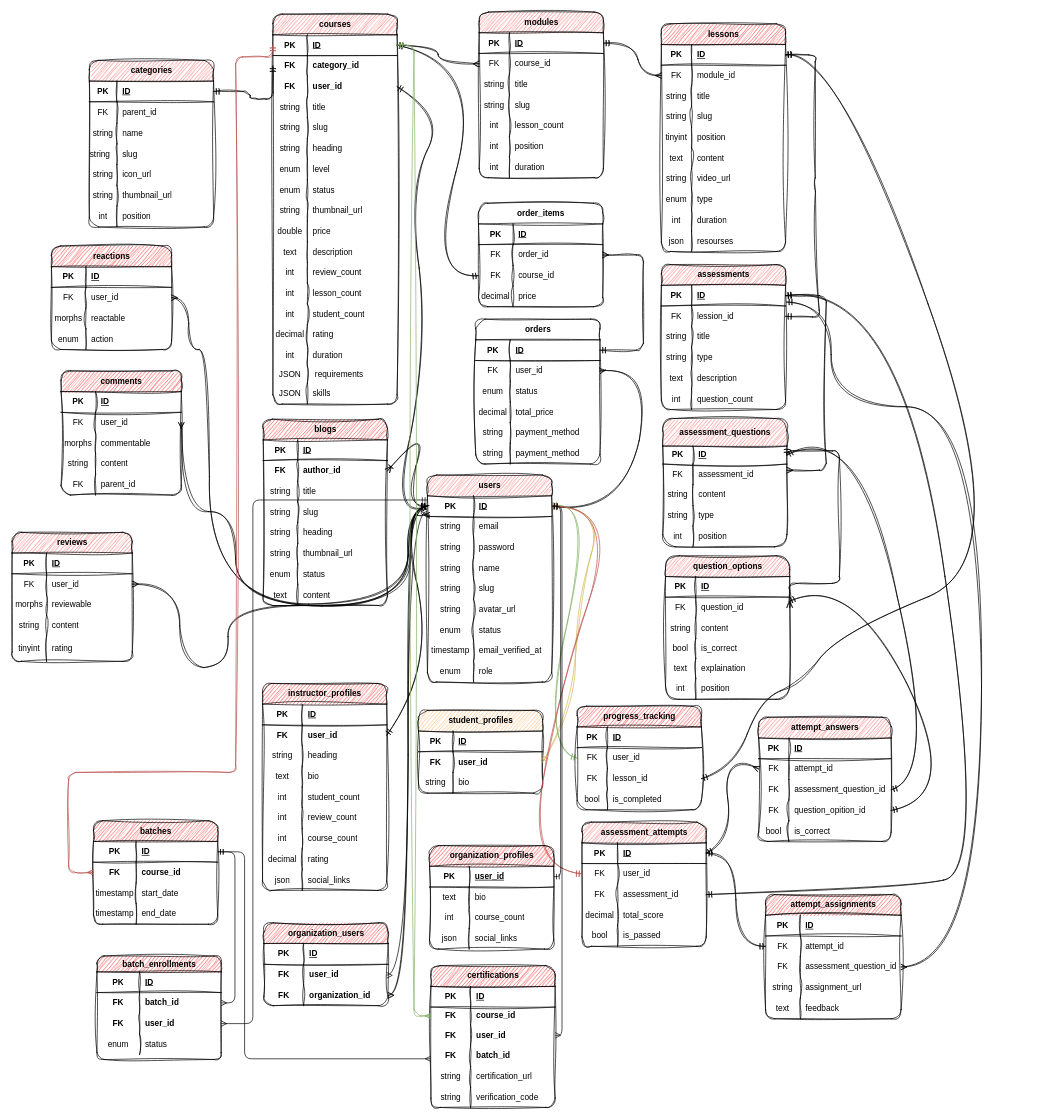
The draw.io diagram CodeZoneDatabase.drawio in BuiVanHuy001/CodeZone, before the edit. Source tidied: cells renumbered, new cells numbered last; positions are measured from the earlier drawing's top-left corner, leaving out a move shared by most shapes. Both pictures are drawn from the tidied source at 69%, with x=0, y=0 at pixel (12, 12).
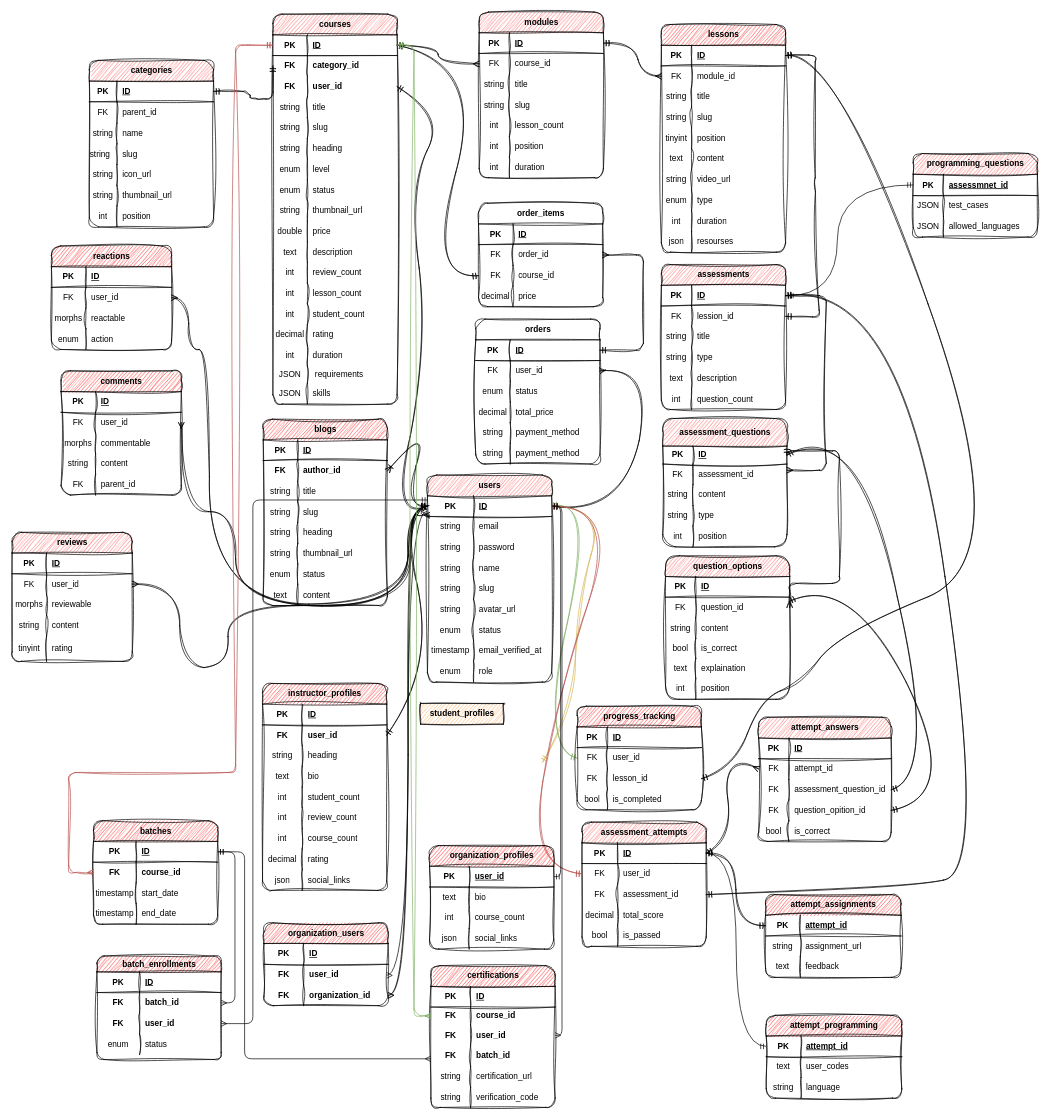
After the change.

The change refers to these unchanged cells:
```xml
<mxCell id="31" style="shape=tableRow;horizontal=0;startSize=0;swimlaneHead=0;swimlaneBody=0;fillColor=none;points=[[0,0.5],[1,0.5]];portConstraint=eastwest;top=0;left=0;right=0;bottom=1;sketch=1;curveFitting=1;jiggle=2;rounded=1;shadow=0;" parent="30" vertex="1">
  <mxGeometry y="30" width="180" height="30" as="geometry" />
</mxCell>
<mxCell id="188" style="shape=tableRow;horizontal=0;startSize=0;swimlaneHead=0;swimlaneBody=0;fillColor=none;points=[[0,0.5],[1,0.5]];portConstraint=eastwest;top=0;left=0;right=0;bottom=1;sketch=1;curveFitting=1;jiggle=2;rounded=1;shadow=0;" parent="187" vertex="1">
  <mxGeometry y="30" width="180" height="30" as="geometry" />
</mxCell>
<mxCell id="281" style="shape=tableRow;horizontal=0;startSize=0;swimlaneHead=0;swimlaneBody=0;fillColor=none;points=[[0,0.5],[1,0.5]];portConstraint=eastwest;top=0;left=0;right=0;bottom=1;sketch=1;curveFitting=1;jiggle=2;rounded=1;shadow=0;" parent="280" vertex="1">
  <mxGeometry y="30" width="180" height="30" as="geometry" />
</mxCell>
<mxCell id="319" style="shape=tableRow;horizontal=0;startSize=0;swimlaneHead=0;swimlaneBody=0;fillColor=none;points=[[0,0.5],[1,0.5]];portConstraint=eastwest;top=0;left=0;right=0;bottom=1;sketch=1;curveFitting=1;jiggle=2;rounded=1;shadow=0;" parent="318" vertex="1">
  <mxGeometry y="30" width="196.4" height="30" as="geometry" />
</mxCell>
<mxCell id="340" style="shape=tableRow;horizontal=0;startSize=0;swimlaneHead=0;swimlaneBody=0;fillColor=none;points=[[0,0.5],[1,0.5]];portConstraint=eastwest;top=0;left=0;right=0;bottom=1;sketch=1;curveFitting=1;jiggle=2;rounded=1;shadow=0;" parent="339" vertex="1">
  <mxGeometry y="30" width="180" height="30" as="geometry" />
</mxCell>
<mxCell id="467" style="shape=tableRow;horizontal=0;startSize=0;swimlaneHead=0;swimlaneBody=0;fillColor=none;points=[[0,0.5],[1,0.5]];portConstraint=eastwest;top=0;left=0;right=0;bottom=0;sketch=1;curveFitting=1;jiggle=2;rounded=1;shadow=0;" parent="463" vertex="1">
  <mxGeometry y="60" width="180" height="30" as="geometry" />
</mxCell>
```

Change to the diagram source:
```diff
@@
     <mxCell id="130" value="lessons" style="shape=table;startSize=30;childLayout=tableLayout;rowLines=0;fontStyle=1;align=center;html=1;sketch=1;curveFitting=1;jiggle=2;rounded=1;shadow=0;fillColor=#FF3333;" parent="1" vertex="1">
-      <mxGeometry x="941" y="17" width="180" height="330" as="geometry" />
+      <mxGeometry x="941" y="18" width="180" height="330" as="geometry" />
     </mxCell>
@@
-    <mxCell id="215" value="student_profiles" style="shape=table;startSize=30;childLayout=tableLayout;rowLines=0;fontStyle=1;align=center;html=1;sketch=1;curveFitting=1;jiggle=2;rounded=1;shadow=0;fillColor=#FFB366;" parent="1" vertex="1">
-      <mxGeometry x="589" y="1012" width="180" height="120" as="geometry" />
+    <mxCell id="215" value="student_profiles" style="shape=table;startSize=30;childLayout=tableLayout;rowLines=0;fontStyle=1;align=center;html=1;sketch=1;curveFitting=1;jiggle=2;rounded=1;shadow=0;fillColor=#FFB366;" parent="1" vertex="1" collapsed="1">
+      <mxGeometry x="592" y="1002" width="120" height="30" as="geometry" />
     </mxCell>
-    <mxCell id="216" style="shape=tableRow;horizontal=0;startSize=0;swimlaneHead=0;swimlaneBody=0;fillColor=none;top=0;left=0;right=0;bottom=1;sketch=1;curveFitting=1;jiggle=2;rounded=1;shadow=0;" parent="215" vertex="1">
-      <mxGeometry y="30" width="180" height="30" as="geometry" />
-    </mxCell>
-    <mxCell id="217" value="PK" style="shape=partialRectangle;fillColor=none;top=0;left=0;bottom=0;right=0;fontStyle=1;overflow=hidden;whiteSpace=wrap;html=1;sketch=1;curveFitting=1;jiggle=2;rounded=1;shadow=0;" parent="216" vertex="1">
-      <mxGeometry width="50" height="30" as="geometry" />
-    </mxCell>
-    <mxCell id="218" value="ID" style="shape=partialRectangle;fillColor=none;top=0;left=0;bottom=0;right=0;align=left;spacingLeft=6;fontStyle=5;overflow=hidden;whiteSpace=wrap;html=1;sketch=1;curveFitting=1;jiggle=2;rounded=1;shadow=0;" parent="216" vertex="1">
-      <mxGeometry x="50" width="130" height="30" as="geometry" />
-    </mxCell>
-    <mxCell id="219" style="shape=tableRow;horizontal=0;startSize=0;swimlaneHead=0;swimlaneBody=0;fillColor=none;points=[[0,0.5],[1,0.5]];portConstraint=eastwest;top=0;left=0;right=0;bottom=0;sketch=1;curveFitting=1;jiggle=2;rounded=1;shadow=0;" parent="215" vertex="1">
-      <mxGeometry y="60" width="180" height="30" as="geometry" />
-    </mxCell>
-    <mxCell id="220" value="FK" style="shape=partialRectangle;fillColor=none;top=0;left=0;bottom=0;right=0;overflow=hidden;whiteSpace=wrap;html=1;align=center;sketch=1;curveFitting=1;jiggle=2;rounded=1;shadow=0;fontStyle=1;" parent="219" vertex="1">
-      <mxGeometry width="50" height="30" as="geometry" />
-    </mxCell>
-    <mxCell id="221" value="user_id" style="shape=partialRectangle;fillColor=none;top=0;left=0;bottom=0;right=0;align=left;spacingLeft=6;overflow=hidden;whiteSpace=wrap;html=1;sketch=1;curveFitting=1;jiggle=2;rounded=1;shadow=0;fontStyle=1;" parent="219" vertex="1">
-      <mxGeometry x="50" width="130" height="30" as="geometry" />
-    </mxCell>
-    <mxCell id="222" style="shape=tableRow;horizontal=0;startSize=0;swimlaneHead=0;swimlaneBody=0;fillColor=none;top=0;left=0;right=0;bottom=0;sketch=1;curveFitting=1;jiggle=2;rounded=1;shadow=0;" parent="215" vertex="1">
-      <mxGeometry y="90" width="180" height="30" as="geometry" />
-    </mxCell>
-    <mxCell id="223" value="string" style="shape=partialRectangle;fillColor=none;top=0;left=0;bottom=0;right=0;overflow=hidden;whiteSpace=wrap;html=1;align=center;sketch=1;curveFitting=1;jiggle=2;rounded=1;shadow=0;" parent="222" vertex="1">
-      <mxGeometry width="50" height="30" as="geometry" />
-    </mxCell>
-    <mxCell id="224" value="bio" style="shape=partialRectangle;fillColor=none;top=0;left=0;bottom=0;right=0;align=left;spacingLeft=6;overflow=hidden;whiteSpace=wrap;html=1;sketch=1;curveFitting=1;jiggle=2;rounded=1;shadow=0;" parent="222" vertex="1">
-      <mxGeometry x="50" width="130" height="30" as="geometry" />
-    </mxCell>
@@
-    <mxCell id="262" style="edgeStyle=none;html=1;exitX=1;exitY=0.5;exitDx=0;exitDy=0;entryX=1;entryY=0.5;entryDx=0;entryDy=0;rounded=1;curved=1;startArrow=ERmandOne;startFill=0;endArrow=ERmandOne;endFill=0;sketch=1;curveFitting=1;jiggle=2;fillColor=#fff2cc;strokeColor=#d6b656;shadow=0;" parent="1" edge="1" source="188" target="219">
+    <mxCell id="262" style="edgeStyle=none;html=1;exitX=1;exitY=0.5;exitDx=0;exitDy=0;entryX=1;entryY=0.5;entryDx=0;entryDy=0;rounded=1;curved=1;startArrow=ERmandOne;startFill=0;endArrow=ERmandOne;endFill=0;sketch=1;curveFitting=1;jiggle=2;fillColor=#fff2cc;strokeColor=#d6b656;shadow=0;" parent="1" edge="1" source="188">
       <mxGeometry relative="1" as="geometry">
+        <mxPoint x="769" y="1087" as="targetPoint" />
         <Array as="points">
           <mxPoint x="860" y="716" />
           <mxPoint x="818" y="857" />
           <mxPoint x="815" y="1010" />
         </Array>
       </mxGeometry>
     </mxCell>
@@
     <mxCell id="318" value="&lt;span style=&quot;color: rgb(0, 0, 0);&quot;&gt;attempt_&lt;/span&gt;assignments" style="shape=table;startSize=30;childLayout=tableLayout;rowLines=0;fontStyle=1;align=center;html=1;sketch=1;curveFitting=1;jiggle=2;rounded=1;shadow=0;fillColor=#FF3333;" parent="1" vertex="1">
-      <mxGeometry x="1092" y="1279" width="196.4" height="180" as="geometry" />
+      <mxGeometry x="1092" y="1279" width="196.4" height="120" as="geometry" />
     </mxCell>
@@
-    <mxCell id="321" value="ID" style="shape=partialRectangle;fillColor=none;top=0;left=0;bottom=0;right=0;align=left;spacingLeft=6;fontStyle=5;overflow=hidden;whiteSpace=wrap;html=1;sketch=1;curveFitting=1;jiggle=2;rounded=1;shadow=0;" parent="319" vertex="1">
+    <mxCell id="321" value="&lt;span style=&quot;color: rgb(0, 0, 0);&quot;&gt;attempt_id&lt;/span&gt;" style="shape=partialRectangle;fillColor=none;top=0;left=0;bottom=0;right=0;align=left;spacingLeft=6;fontStyle=5;overflow=hidden;whiteSpace=wrap;html=1;sketch=1;curveFitting=1;jiggle=2;rounded=1;shadow=0;" parent="319" vertex="1">
       <mxGeometry x="50.4" width="146" height="30" as="geometry" />
     </mxCell>
-    <mxCell id="322" style="shape=tableRow;horizontal=0;startSize=0;swimlaneHead=0;swimlaneBody=0;fillColor=none;points=[[0,0.5],[1,0.5]];portConstraint=eastwest;top=0;left=0;right=0;bottom=0;sketch=1;curveFitting=1;jiggle=2;rounded=1;shadow=0;" parent="318" vertex="1">
-      <mxGeometry y="60" width="196.4" height="30" as="geometry" />
-    </mxCell>
-    <mxCell id="323" value="FK" style="shape=partialRectangle;fillColor=none;top=0;left=0;bottom=0;right=0;overflow=hidden;whiteSpace=wrap;html=1;sketch=1;curveFitting=1;jiggle=2;rounded=1;shadow=0;" parent="322" vertex="1">
-      <mxGeometry width="50.4" height="30" as="geometry" />
-    </mxCell>
-    <mxCell id="324" value="attempt_id" style="shape=partialRectangle;fillColor=none;top=0;left=0;bottom=0;right=0;align=left;spacingLeft=6;overflow=hidden;whiteSpace=wrap;html=1;sketch=1;curveFitting=1;jiggle=2;rounded=1;shadow=0;" parent="322" vertex="1">
-      <mxGeometry x="50.4" width="146" height="30" as="geometry" />
-    </mxCell>
-    <mxCell id="325" style="shape=tableRow;horizontal=0;startSize=0;swimlaneHead=0;swimlaneBody=0;fillColor=none;points=[[0,0.5],[1,0.5]];portConstraint=eastwest;top=0;left=0;right=0;bottom=0;sketch=1;curveFitting=1;jiggle=2;rounded=1;shadow=0;" parent="318" vertex="1">
-      <mxGeometry y="90" width="196.4" height="30" as="geometry" />
-    </mxCell>
-    <mxCell id="326" value="FK" style="shape=partialRectangle;fillColor=none;top=0;left=0;bottom=0;right=0;overflow=hidden;whiteSpace=wrap;html=1;sketch=1;curveFitting=1;jiggle=2;rounded=1;shadow=0;" parent="325" vertex="1">
-      <mxGeometry width="50.4" height="30" as="geometry" />
-    </mxCell>
-    <mxCell id="327" value="assessment_question_id" style="shape=partialRectangle;fillColor=none;top=0;left=0;bottom=0;right=0;align=left;spacingLeft=6;overflow=hidden;whiteSpace=wrap;html=1;sketch=1;curveFitting=1;jiggle=2;rounded=1;shadow=0;" parent="325" vertex="1">
-      <mxGeometry x="50.4" width="146" height="30" as="geometry" />
-    </mxCell>
     <mxCell id="328" style="shape=tableRow;horizontal=0;startSize=0;swimlaneHead=0;swimlaneBody=0;fillColor=none;top=0;left=0;right=0;bottom=0;sketch=1;curveFitting=1;jiggle=2;rounded=1;shadow=0;" parent="318" vertex="1">
-      <mxGeometry y="120" width="196.4" height="30" as="geometry" />
+      <mxGeometry y="60" width="196.4" height="30" as="geometry" />
     </mxCell>
@@
     <mxCell id="331" style="shape=tableRow;horizontal=0;startSize=0;swimlaneHead=0;swimlaneBody=0;fillColor=none;top=0;left=0;right=0;bottom=0;sketch=1;curveFitting=1;jiggle=2;rounded=1;shadow=0;" parent="318" vertex="1">
-      <mxGeometry y="150" width="196.4" height="30" as="geometry" />
+      <mxGeometry y="90" width="196.4" height="30" as="geometry" />
     </mxCell>
@@
-    <mxCell id="334" style="edgeStyle=orthogonalEdgeStyle;html=1;entryX=1;entryY=0.5;entryDx=0;entryDy=0;exitX=0;exitY=0.5;exitDx=0;exitDy=0;curved=1;sketch=1;curveFitting=1;jiggle=2;endArrow=ERmandOne;endFill=0;startArrow=ERmandOne;startFill=0;" parent="1" edge="1" source="322" target="281">
+    <mxCell id="334" style="edgeStyle=orthogonalEdgeStyle;html=1;entryX=1;entryY=0.5;entryDx=0;entryDy=0;exitX=0;exitY=0.5;exitDx=0;exitDy=0;curved=1;sketch=1;curveFitting=1;jiggle=2;endArrow=ERmandOne;endFill=0;startArrow=ERmandOne;startFill=0;" parent="1" edge="1" source="319" target="281">
       <mxGeometry relative="1" as="geometry" />
     </mxCell>
-    <mxCell id="335" style="edgeStyle=orthogonalEdgeStyle;html=1;exitX=1;exitY=0.5;exitDx=0;exitDy=0;entryX=1.007;entryY=0.806;entryDx=0;entryDy=0;curved=1;sketch=1;curveFitting=1;jiggle=2;endArrow=ERmandOne;endFill=0;startArrow=ERmany;startFill=0;entryPerimeter=0;" parent="1" edge="1" source="325" target="340">
-      <mxGeometry relative="1" as="geometry">
-        <Array as="points">
-          <mxPoint x="1405" y="1384" />
-          <mxPoint x="1405" y="572" />
-          <mxPoint x="1187" y="572" />
-          <mxPoint x="1187" y="420" />
-        </Array>
-      </mxGeometry>
-    </mxCell>
@@
     <mxCell id="491" style="edgeStyle=orthogonalEdgeStyle;html=1;entryX=0;entryY=0.5;entryDx=0;entryDy=0;exitX=0;exitY=0.5;exitDx=0;exitDy=0;fillColor=#f8cecc;strokeColor=#b85450;sketch=1;curveFitting=1;jiggle=2;startArrow=ERmandOne;startFill=0;endArrow=ERmany;endFill=0;" parent="1" edge="1" source="31" target="467">
       <mxGeometry relative="1" as="geometry">
         <Array as="points">
-          <mxPoint x="324" y="65" />
+          <mxPoint x="324" y="48" />
           <mxPoint x="324" y="1102" />
           <mxPoint x="82" y="1102" />
           <mxPoint x="82" y="1247" />
         </Array>
       </mxGeometry>
     </mxCell>
@@
+    <mxCell id="517" value="&lt;span style=&quot;color: rgb(0, 0, 0);&quot;&gt;programming_questions&lt;/span&gt;" style="shape=table;startSize=30;childLayout=tableLayout;rowLines=0;fontStyle=1;align=center;html=1;sketch=1;curveFitting=1;jiggle=2;rounded=1;shadow=0;fillColor=#FF6666;" parent="1" vertex="1">
+      <mxGeometry x="1306" y="205" width="180" height="121.1" as="geometry" />
+    </mxCell>
+    <mxCell id="518" style="shape=tableRow;horizontal=0;startSize=0;swimlaneHead=0;swimlaneBody=0;fillColor=none;points=[[0,0.5],[1,0.5]];portConstraint=eastwest;top=0;left=0;right=0;bottom=1;sketch=1;curveFitting=1;jiggle=2;rounded=1;shadow=0;" parent="517" vertex="1">
+      <mxGeometry y="30" width="180" height="31" as="geometry" />
+    </mxCell>
+    <mxCell id="519" value="PK" style="shape=partialRectangle;fillColor=none;top=0;left=0;bottom=0;right=0;fontStyle=1;overflow=hidden;whiteSpace=wrap;html=1;sketch=1;curveFitting=1;jiggle=2;rounded=1;shadow=0;" parent="518" vertex="1">
+      <mxGeometry width="43.8" height="31" as="geometry" />
+    </mxCell>
+    <mxCell id="520" value="&lt;span style=&quot;color: rgb(0, 0, 0);&quot;&gt;assessmnet_id&lt;/span&gt;" style="shape=partialRectangle;fillColor=none;top=0;left=0;bottom=0;right=0;align=left;spacingLeft=6;fontStyle=5;overflow=hidden;whiteSpace=wrap;html=1;sketch=1;curveFitting=1;jiggle=2;rounded=1;shadow=0;" parent="518" vertex="1">
+      <mxGeometry x="43.8" width="136.2" height="31" as="geometry" />
+    </mxCell>
+    <mxCell id="521" style="shape=tableRow;horizontal=0;startSize=0;swimlaneHead=0;swimlaneBody=0;fillColor=none;top=0;left=0;right=0;bottom=0;sketch=1;curveFitting=1;jiggle=2;rounded=1;shadow=0;" parent="517" vertex="1">
+      <mxGeometry y="61" width="180" height="30" as="geometry" />
+    </mxCell>
+    <mxCell id="522" value="JSON" style="shape=partialRectangle;fillColor=none;top=0;left=0;bottom=0;right=0;overflow=hidden;whiteSpace=wrap;html=1;sketch=1;curveFitting=1;jiggle=2;rounded=1;shadow=0;" parent="521" vertex="1">
+      <mxGeometry width="43.8" height="30" as="geometry" />
+    </mxCell>
+    <mxCell id="523" value="test_cases" style="shape=partialRectangle;fillColor=none;top=0;left=0;bottom=0;right=0;align=left;spacingLeft=6;overflow=hidden;whiteSpace=wrap;html=1;sketch=1;curveFitting=1;jiggle=2;rounded=1;shadow=0;" parent="521" vertex="1">
+      <mxGeometry x="43.8" width="136.2" height="30" as="geometry" />
+    </mxCell>
+    <mxCell id="524" style="shape=tableRow;horizontal=0;startSize=0;swimlaneHead=0;swimlaneBody=0;fillColor=none;top=0;left=0;right=0;bottom=0;sketch=1;curveFitting=1;jiggle=2;rounded=1;shadow=0;" parent="517" vertex="1">
+      <mxGeometry y="91" width="180" height="30" as="geometry" />
+    </mxCell>
+    <mxCell id="525" value="JSON" style="shape=partialRectangle;fillColor=none;top=0;left=0;bottom=0;right=0;overflow=hidden;whiteSpace=wrap;html=1;sketch=1;curveFitting=1;jiggle=2;rounded=1;shadow=0;" parent="524" vertex="1">
+      <mxGeometry width="43.8" height="30" as="geometry" />
+    </mxCell>
+    <mxCell id="526" value="allowed_languages" style="shape=partialRectangle;fillColor=none;top=0;left=0;bottom=0;right=0;align=left;spacingLeft=6;overflow=hidden;whiteSpace=wrap;html=1;sketch=1;curveFitting=1;jiggle=2;rounded=1;shadow=0;" parent="524" vertex="1">
+      <mxGeometry x="43.8" width="136.2" height="30" as="geometry" />
+    </mxCell>
+    <mxCell id="527" value="&lt;span style=&quot;color: rgb(0, 0, 0);&quot;&gt;attempt_programming&lt;/span&gt;" style="shape=table;startSize=30;childLayout=tableLayout;rowLines=0;fontStyle=1;align=center;html=1;sketch=1;curveFitting=1;jiggle=2;rounded=1;shadow=0;fillColor=#FF3333;" parent="1" vertex="1">
+      <mxGeometry x="1093" y="1454" width="196.4" height="120" as="geometry" />
+    </mxCell>
+    <mxCell id="528" style="shape=tableRow;horizontal=0;startSize=0;swimlaneHead=0;swimlaneBody=0;fillColor=none;points=[[0,0.5],[1,0.5]];portConstraint=eastwest;top=0;left=0;right=0;bottom=1;sketch=1;curveFitting=1;jiggle=2;rounded=1;shadow=0;" parent="527" vertex="1">
+      <mxGeometry y="30" width="196.4" height="30" as="geometry" />
+    </mxCell>
+    <mxCell id="529" value="PK" style="shape=partialRectangle;fillColor=none;top=0;left=0;bottom=0;right=0;fontStyle=1;overflow=hidden;whiteSpace=wrap;html=1;sketch=1;curveFitting=1;jiggle=2;rounded=1;shadow=0;" parent="528" vertex="1">
+      <mxGeometry width="50.4" height="30" as="geometry" />
+    </mxCell>
+    <mxCell id="324" value="&lt;span style=&quot;color: rgb(0, 0, 0);&quot;&gt;attempt_id&lt;/span&gt;" style="shape=partialRectangle;fillColor=none;top=0;left=0;bottom=0;right=0;align=left;spacingLeft=6;fontStyle=5;overflow=hidden;whiteSpace=wrap;html=1;sketch=1;curveFitting=1;jiggle=2;rounded=1;shadow=0;" parent="528" vertex="1">
+      <mxGeometry x="50.4" width="146" height="30" as="geometry" />
+    </mxCell>
+    <mxCell id="322" style="shape=tableRow;horizontal=0;startSize=0;swimlaneHead=0;swimlaneBody=0;fillColor=none;points=[[0,0.5],[1,0.5]];portConstraint=eastwest;top=0;left=0;right=0;bottom=0;sketch=1;curveFitting=1;jiggle=2;rounded=1;shadow=0;" parent="527" vertex="1">
+      <mxGeometry y="60" width="196.4" height="30" as="geometry" />
+    </mxCell>
+    <mxCell id="530" value="text" style="shape=partialRectangle;fillColor=none;top=0;left=0;bottom=0;right=0;overflow=hidden;whiteSpace=wrap;html=1;sketch=1;curveFitting=1;jiggle=2;rounded=1;shadow=0;" parent="322" vertex="1">
+      <mxGeometry width="50.4" height="30" as="geometry" />
+    </mxCell>
+    <mxCell id="531" value="user_codes" style="shape=partialRectangle;fillColor=none;top=0;left=0;bottom=0;right=0;align=left;spacingLeft=6;overflow=hidden;whiteSpace=wrap;html=1;sketch=1;curveFitting=1;jiggle=2;rounded=1;shadow=0;" parent="322" vertex="1">
+      <mxGeometry x="50.4" width="146" height="30" as="geometry" />
+    </mxCell>
+    <mxCell id="325" style="shape=tableRow;horizontal=0;startSize=0;swimlaneHead=0;swimlaneBody=0;fillColor=none;points=[[0,0.5],[1,0.5]];portConstraint=eastwest;top=0;left=0;right=0;bottom=0;sketch=1;curveFitting=1;jiggle=2;rounded=1;shadow=0;" parent="527" vertex="1">
+      <mxGeometry y="90" width="196.4" height="30" as="geometry" />
+    </mxCell>
+    <mxCell id="223" value="string" style="shape=partialRectangle;fillColor=none;top=0;left=0;bottom=0;right=0;overflow=hidden;whiteSpace=wrap;html=1;sketch=1;curveFitting=1;jiggle=2;rounded=1;shadow=0;" parent="325" vertex="1">
+      <mxGeometry width="50.4" height="30" as="geometry" />
+    </mxCell>
+    <mxCell id="532" value="language" style="shape=partialRectangle;fillColor=none;top=0;left=0;bottom=0;right=0;align=left;spacingLeft=6;overflow=hidden;whiteSpace=wrap;html=1;sketch=1;curveFitting=1;jiggle=2;rounded=1;shadow=0;" parent="325" vertex="1">
+      <mxGeometry x="50.4" width="146" height="30" as="geometry" />
+    </mxCell>
+    <mxCell id="533" style="edgeStyle=orthogonalEdgeStyle;html=1;entryX=0;entryY=0.5;entryDx=0;entryDy=0;exitX=1;exitY=0.5;exitDx=0;exitDy=0;startArrow=ERmandOne;startFill=0;endArrow=ERmandOne;endFill=0;rounded=0;curved=1;" parent="1" edge="1" source="281" target="528">
+      <mxGeometry relative="1" as="geometry" />
+    </mxCell>
+    <mxCell id="534" style="edgeStyle=orthogonalEdgeStyle;html=1;entryX=0;entryY=0.5;entryDx=0;entryDy=0;startArrow=ERmandOne;startFill=0;endArrow=ERmandOne;endFill=0;curved=1;" parent="1" edge="1" target="518">
+      <mxGeometry relative="1" as="geometry">
+        <mxPoint x="1124" y="411" as="sourcePoint" />
+        <Array as="points">
+          <mxPoint x="1196" y="411" />
+          <mxPoint x="1196" y="250" />
+        </Array>
+      </mxGeometry>
+    </mxCell>
```
